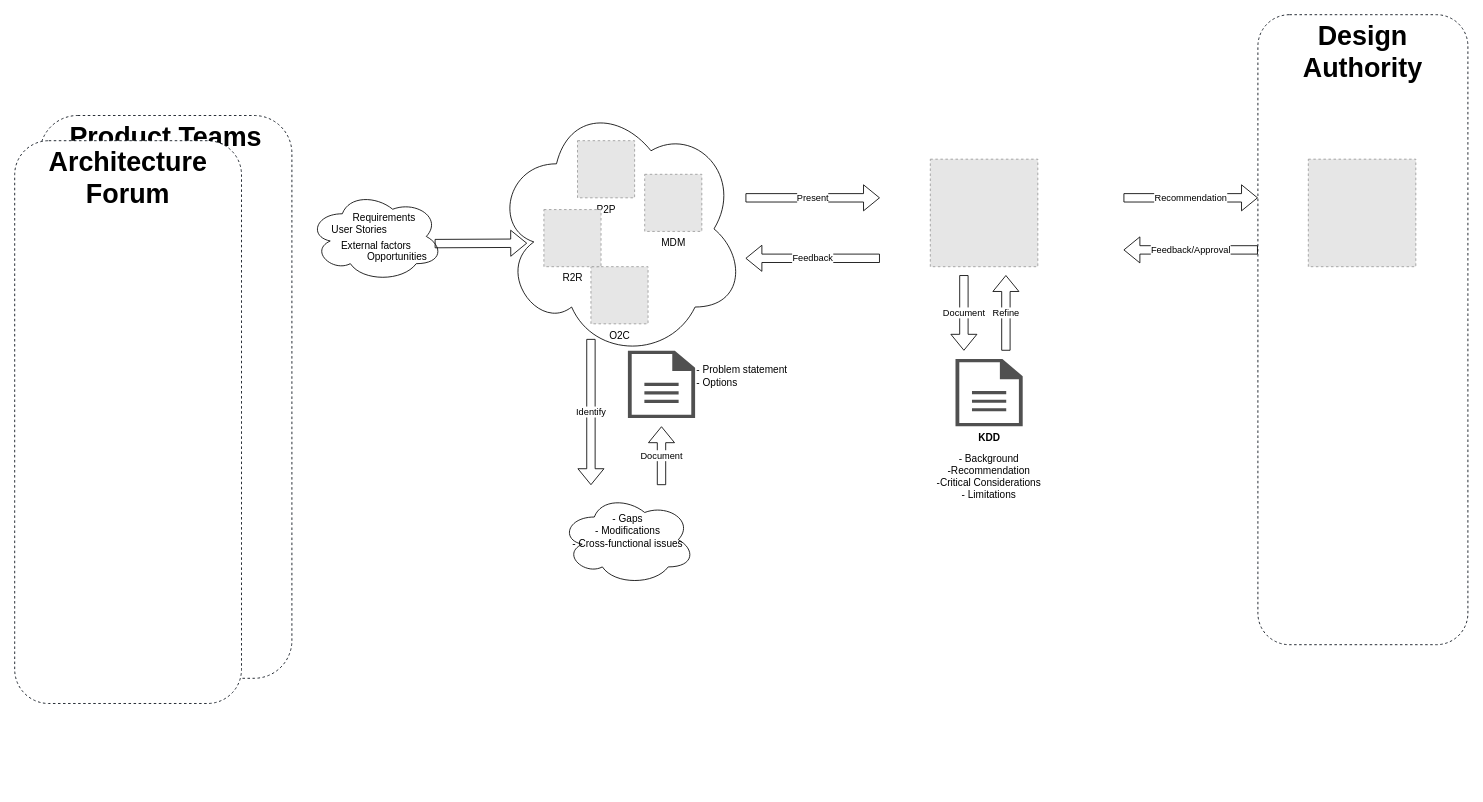
mrf742002/Diagrams keeps this draw.io diagram as page "Page-1" (1 of 2) of Architecture Governance.drawio. Above is the earlier version. Source tidied: cells renumbered, new cells numbered last; positions are measured from the earlier drawing's top-left corner, leaving out a move shared by most shapes. Both pictures are drawn from the tidied source at 84%, with x=0, y=0 at pixel (14, 14). Pictures stored in the file or linked from it are replaced by grey dashed boxes.
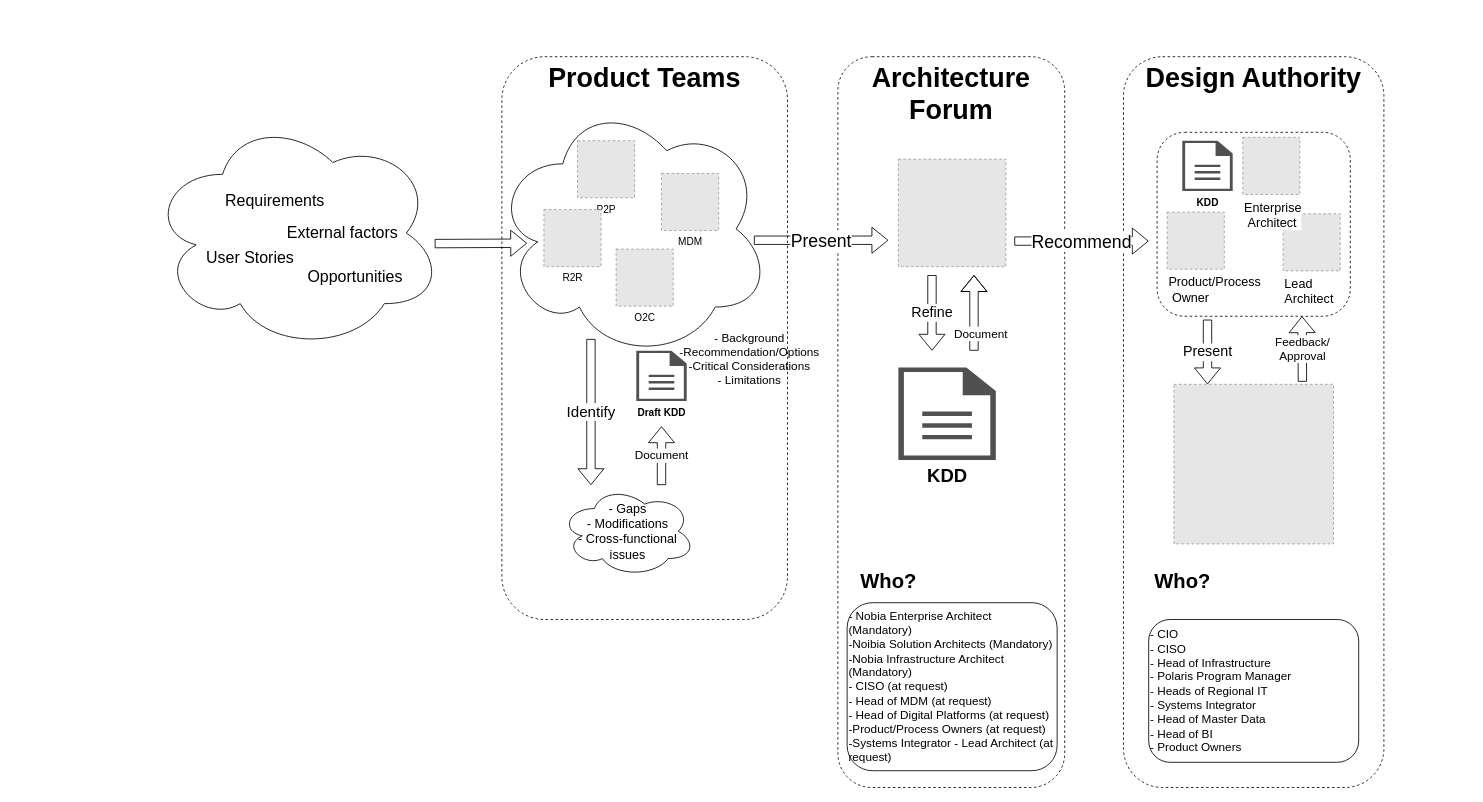
Above is the later version.

What changed in the source:
```diff
@@
+    <mxCell id="5" value="&lt;b&gt;Design Authority&lt;br&gt;&lt;/b&gt;" style="rounded=1;whiteSpace=wrap;html=1;verticalAlign=top;strokeWidth=1;strokeColor=#020912;dashed=1;fontSize=32;" parent="1" vertex="1">
+      <mxGeometry x="1320" y="50" width="310" height="870" as="geometry" />
+    </mxCell>
+    <mxCell id="32" value="&lt;b&gt;&lt;br&gt;&lt;/b&gt;" style="rounded=1;whiteSpace=wrap;html=1;verticalAlign=top;strokeWidth=1;strokeColor=#020912;dashed=1;fontSize=32;" parent="1" vertex="1">
+      <mxGeometry x="1360" y="140" width="230" height="219" as="geometry" />
+    </mxCell>
     <mxCell id="2" value="&lt;b&gt;Product Teams&lt;/b&gt;" style="rounded=1;whiteSpace=wrap;html=1;verticalAlign=top;strokeWidth=1;strokeColor=#020912;dashed=1;fontSize=32;" parent="1" vertex="1">
-      <mxGeometry x="30" y="120" width="300" height="670" as="geometry" />
+      <mxGeometry x="580" y="50" width="340" height="670" as="geometry" />
     </mxCell>
     <mxCell id="3" style="ellipse;shape=cloud;whiteSpace=wrap;html=1;" parent="1" vertex="1">
-      <mxGeometry x="650" y="571" width="160" height="108" as="geometry" />
+      <mxGeometry x="650" y="561" width="160" height="108" as="geometry" />
     </mxCell>
     <mxCell id="4" style="ellipse;shape=cloud;whiteSpace=wrap;html=1;" parent="1" vertex="1">
-      <mxGeometry x="350" y="210" width="160" height="108" as="geometry" />
+      <mxGeometry x="160" y="120" width="350" height="280" as="geometry" />
     </mxCell>
-    <mxCell id="5" value="&lt;b&gt;Design Authority&lt;br&gt;&lt;/b&gt;" style="rounded=1;whiteSpace=wrap;html=1;verticalAlign=top;strokeWidth=1;strokeColor=#020912;dashed=1;fontSize=32;" parent="1" vertex="1">
-      <mxGeometry x="1480" width="250" height="750" as="geometry" />
-    </mxCell>
     <mxCell id="6" value="&lt;b&gt;Architecture&lt;br&gt;Forum&lt;br&gt;&lt;/b&gt;" style="rounded=1;whiteSpace=wrap;html=1;verticalAlign=top;strokeWidth=1;strokeColor=#020912;dashed=1;fontSize=32;" parent="1" vertex="1">
-      <mxGeometry y="150" width="270" height="670" as="geometry" />
+      <mxGeometry x="980" y="50" width="270" height="870" as="geometry" />
     </mxCell>
     <mxCell id="7" style="ellipse;shape=cloud;whiteSpace=wrap;html=1;" parent="1" vertex="1">
-      <mxGeometry x="570" y="100" width="300" height="310" as="geometry" />
+      <mxGeometry x="570" y="100" width="330" height="310" as="geometry" />
     </mxCell>
@@
     <mxCell id="9" value="MDM" style="fillColor=#E6E6E6;strokeColor=#999999;dashed=1;html=1;verticalAlign=top;verticalLabelPosition=bottom;labelBackgroundColor=#ffffff;" parent="1" vertex="1">
-      <mxGeometry x="750" y="190" width="68" height="68" as="geometry" />
+      <mxGeometry x="770" y="189" width="68" height="68" as="geometry" />
     </mxCell>
     <mxCell id="10" value="O2C" style="fillColor=#E6E6E6;strokeColor=#999999;dashed=1;html=1;verticalAlign=top;verticalLabelPosition=bottom;labelBackgroundColor=#ffffff;" parent="1" vertex="1">
-      <mxGeometry x="686" y="300" width="68" height="68" as="geometry" />
+      <mxGeometry x="716" y="279" width="68" height="68" as="geometry" />
     </mxCell>
     <mxCell id="11" style="fillColor=#E6E6E6;strokeColor=#999999;dashed=1;html=1;verticalAlign=top;verticalLabelPosition=bottom;labelBackgroundColor=#ffffff;" parent="1" vertex="1">
-      <mxGeometry x="1090" y="172" width="128" height="128" as="geometry" />
+      <mxGeometry x="1052" y="172" width="128" height="128" as="geometry" />
     </mxCell>
-    <mxCell id="12" value="Present" style="shape=flexArrow;endArrow=classic;html=1;" parent="1" edge="1">
+    <mxCell id="12" value="Present" style="shape=flexArrow;endArrow=classic;html=1;fontSize=21;" parent="1" edge="1">
       <mxGeometry relative="1" as="geometry">
-        <mxPoint x="870" y="218" as="sourcePoint" />
-        <mxPoint x="1030" y="218" as="targetPoint" />
+        <mxPoint x="880" y="268.5" as="sourcePoint" />
+        <mxPoint x="1040" y="268.5" as="targetPoint" />
       </mxGeometry>
     </mxCell>
-    <mxCell id="13" value="Feedback" style="shape=flexArrow;endArrow=classic;html=1;" parent="1" edge="1">
-      <mxGeometry relative="1" as="geometry">
-        <mxPoint x="1030" y="290" as="sourcePoint" />
-        <mxPoint x="870" y="290" as="targetPoint" />
-      </mxGeometry>
-    </mxCell>
     <mxCell id="14" style="fillColor=#E6E6E6;strokeColor=#999999;dashed=1;html=1;verticalAlign=top;verticalLabelPosition=bottom;labelBackgroundColor=#ffffff;" parent="1" vertex="1">
-      <mxGeometry x="1540" y="172" width="128" height="128" as="geometry" />
+      <mxGeometry x="1380" y="440" width="190" height="190" as="geometry" />
     </mxCell>
-    <mxCell id="15" value="Recommendation" style="shape=flexArrow;endArrow=classic;html=1;" parent="1" edge="1">
+    <mxCell id="15" value="Recommend" style="shape=flexArrow;endArrow=classic;html=1;fontSize=21;" parent="1" edge="1">
       <mxGeometry relative="1" as="geometry">
-        <mxPoint x="1320" y="218" as="sourcePoint" />
-        <mxPoint x="1480" y="218" as="targetPoint" />
+        <mxPoint x="1190" y="269.5" as="sourcePoint" />
+        <mxPoint x="1350" y="269.5" as="targetPoint" />
       </mxGeometry>
     </mxCell>
@@
-    <mxCell id="17" value="Feedback/Approval" style="shape=flexArrow;endArrow=classic;html=1;" parent="1" edge="1">
-      <mxGeometry relative="1" as="geometry">
-        <mxPoint x="1480" y="280" as="sourcePoint" />
-        <mxPoint x="1320" y="280" as="targetPoint" />
-      </mxGeometry>
-    </mxCell>
-    <mxCell id="18" value="- Gaps&lt;br&gt;- Modifications&lt;br&gt;- Cross-functional issues" style="text;html=1;strokeColor=none;fillColor=none;align=center;verticalAlign=middle;whiteSpace=wrap;rounded=0;" parent="1" vertex="1">
+    <mxCell id="18" value="- Gaps&lt;br style=&quot;font-size: 15px;&quot;&gt;- Modifications&lt;br style=&quot;font-size: 15px;&quot;&gt;- Cross-functional issues&lt;br style=&quot;font-size: 15px;&quot;&gt;" style="text;html=1;strokeColor=none;fillColor=none;align=center;verticalAlign=middle;whiteSpace=wrap;rounded=0;fontSize=15;" parent="1" vertex="1">
       <mxGeometry x="660" y="605" width="140" height="20" as="geometry" />
     </mxCell>
@@
-    <mxCell id="20" value="Requirements" style="text;html=1;strokeColor=none;fillColor=none;align=center;verticalAlign=middle;whiteSpace=wrap;rounded=0;" parent="1" vertex="1">
-      <mxGeometry x="420" y="232" width="40" height="20" as="geometry" />
+    <mxCell id="20" value="Requirements" style="text;html=1;strokeColor=none;fillColor=none;align=center;verticalAlign=middle;whiteSpace=wrap;rounded=0;fontSize=19;" parent="1" vertex="1">
+      <mxGeometry x="290" y="212" width="40" height="20" as="geometry" />
     </mxCell>
-    <mxCell id="21" value="Opportunities" style="text;html=1;align=center;verticalAlign=middle;" parent="1" vertex="1">
-      <mxGeometry x="410" y="278" width="90" height="20" as="geometry" />
+    <mxCell id="21" value="Opportunities" style="text;html=1;align=center;verticalAlign=middle;fontSize=19;" parent="1" vertex="1">
+      <mxGeometry x="340" y="298" width="130" height="30" as="geometry" />
     </mxCell>
-    <mxCell id="22" value="User Stories" style="text;html=1;align=center;verticalAlign=middle;" parent="1" vertex="1">
-      <mxGeometry x="370" y="246" width="80" height="20" as="geometry" />
+    <mxCell id="22" value="User Stories" style="text;html=1;align=center;verticalAlign=middle;fontSize=19;" parent="1" vertex="1">
+      <mxGeometry x="220" y="275" width="120" height="30" as="geometry" />
     </mxCell>
-    <mxCell id="23" value="External factors" style="text;html=1;align=center;verticalAlign=middle;" parent="1" vertex="1">
-      <mxGeometry x="380" y="266" width="100" height="20" as="geometry" />
+    <mxCell id="23" value="External factors" style="text;html=1;align=center;verticalAlign=middle;fontSize=19;" parent="1" vertex="1">
+      <mxGeometry x="315" y="245" width="150" height="30" as="geometry" />
     </mxCell>
-    <mxCell id="24" value="Identify" style="shape=flexArrow;endArrow=classic;html=1;" parent="1" edge="1">
+    <mxCell id="24" value="Identify" style="shape=flexArrow;endArrow=classic;html=1;fontSize=18;" parent="1" edge="1">
       <mxGeometry relative="1" as="geometry">
         <mxPoint x="686" y="386" as="sourcePoint" />
         <mxPoint x="686" y="560" as="targetPoint" />
       </mxGeometry>
     </mxCell>
-    <mxCell id="25" value="Document" style="shape=flexArrow;endArrow=classic;html=1;" parent="1" edge="1">
+    <mxCell id="25" value="Document" style="shape=flexArrow;endArrow=classic;html=1;fontSize=14;" parent="1" edge="1">
       <mxGeometry relative="1" as="geometry">
         <mxPoint x="770" y="560" as="sourcePoint" />
         <mxPoint x="770" y="490" as="targetPoint" />
       </mxGeometry>
     </mxCell>
-    <mxCell id="26" style="shadow=0;dashed=0;html=1;strokeColor=none;fillColor=#505050;labelPosition=center;verticalLabelPosition=bottom;verticalAlign=top;align=center;shape=mxgraph.office.concepts.document;" parent="1" vertex="1">
-      <mxGeometry x="730" y="400" width="80" height="80" as="geometry" />
-    </mxCell>
-    <mxCell id="27" value="- Problem statement&lt;br&gt;- Options" style="text;html=1;strokeColor=none;fillColor=none;align=left;verticalAlign=middle;whiteSpace=wrap;rounded=0;" parent="1" vertex="1">
-      <mxGeometry x="810" y="420" width="140" height="20" as="geometry" />
-    </mxCell>
-    <mxCell id="28" value="&lt;b&gt;KDD&lt;/b&gt;" style="shadow=0;dashed=0;html=1;strokeColor=none;fillColor=#505050;labelPosition=center;verticalLabelPosition=bottom;verticalAlign=top;align=center;shape=mxgraph.office.concepts.document;" parent="1" vertex="1">
-      <mxGeometry x="1120" y="410" width="80" height="80" as="geometry" />
+    <mxCell id="28" value="&lt;b&gt;Draft KDD&lt;/b&gt;" style="shadow=0;dashed=0;html=1;strokeColor=none;fillColor=#505050;labelPosition=center;verticalLabelPosition=bottom;verticalAlign=top;align=center;shape=mxgraph.office.concepts.document;" parent="1" vertex="1">
+      <mxGeometry x="740" y="400" width="60" height="60" as="geometry" />
     </mxCell>
-    <mxCell id="29" value="Document" style="shape=flexArrow;endArrow=classic;html=1;" parent="1" edge="1">
+    <mxCell id="29" value="Refine" style="shape=flexArrow;endArrow=classic;html=1;fontSize=17;" parent="1" edge="1">
       <mxGeometry relative="1" as="geometry">
-        <mxPoint x="1130" y="310" as="sourcePoint" />
-        <mxPoint x="1130" y="400" as="targetPoint" />
+        <mxPoint x="1092" y="310" as="sourcePoint" />
+        <mxPoint x="1092" y="400" as="targetPoint" />
       </mxGeometry>
     </mxCell>
-    <mxCell id="30" value="- Background&lt;br&gt;-Recommendation&lt;br&gt;-Critical Considerations&lt;br&gt;- Limitations" style="text;html=1;strokeColor=none;fillColor=none;align=center;verticalAlign=middle;whiteSpace=wrap;rounded=0;" parent="1" vertex="1">
-      <mxGeometry x="1070" y="540" width="180" height="20" as="geometry" />
-    </mxCell>
-    <mxCell id="31" value="Refine" style="shape=flexArrow;endArrow=classic;html=1;" parent="1" edge="1">
-      <mxGeometry relative="1" as="geometry">
-        <mxPoint x="1180" y="400" as="sourcePoint" />
-        <mxPoint x="1180" y="310" as="targetPoint" />
+    <mxCell id="31" value="Document" style="shape=flexArrow;endArrow=classic;html=1;fontSize=14;" parent="1" edge="1">
+      <mxGeometry x="-0.33" y="-13" relative="1" as="geometry">
+        <mxPoint x="1142" y="400" as="sourcePoint" />
+        <mxPoint x="1142" y="310" as="targetPoint" />
+        <Array as="points">
+          <mxPoint x="1142" y="370" />
+        </Array>
+        <mxPoint x="-5" y="10" as="offset" />
       </mxGeometry>
     </mxCell>
+    <mxCell id="33" value="- Background&lt;br style=&quot;font-size: 14px;&quot;&gt;-Recommendation/Options&lt;br style=&quot;font-size: 14px;&quot;&gt;-Critical Considerations&lt;br style=&quot;font-size: 14px;&quot;&gt;- Limitations" style="text;html=1;strokeColor=none;fillColor=none;align=center;verticalAlign=middle;whiteSpace=wrap;rounded=0;fontSize=14;" parent="1" vertex="1">
+      <mxGeometry x="780" y="400" width="190" height="20" as="geometry" />
+    </mxCell>
+    <mxCell id="34" value="&lt;b style=&quot;font-size: 22px;&quot;&gt;KDD&lt;/b&gt;" style="shadow=0;dashed=0;html=1;strokeColor=none;fillColor=#505050;labelPosition=center;verticalLabelPosition=bottom;verticalAlign=top;align=center;shape=mxgraph.office.concepts.document;fontSize=22;" parent="1" vertex="1">
+      <mxGeometry x="1052" y="420" width="116" height="110" as="geometry" />
+    </mxCell>
+    <mxCell id="35" value="Product/Process&lt;br style=&quot;font-size: 15px;&quot;&gt;&amp;nbsp;Owner" style="fillColor=#E6E6E6;strokeColor=#999999;dashed=1;html=1;verticalAlign=top;verticalLabelPosition=bottom;labelBackgroundColor=#ffffff;align=left;fontSize=15;" parent="1" vertex="1">
+      <mxGeometry x="1372" y="235" width="68" height="68" as="geometry" />
+    </mxCell>
+    <mxCell id="36" value="Lead&lt;br style=&quot;font-size: 15px;&quot;&gt;Architect" style="fillColor=#E6E6E6;strokeColor=#999999;dashed=1;html=1;verticalAlign=top;verticalLabelPosition=bottom;labelBackgroundColor=#ffffff;align=left;fontSize=15;" parent="1" vertex="1">
+      <mxGeometry x="1510" y="237" width="68" height="68" as="geometry" />
+    </mxCell>
+    <mxCell id="37" value="&lt;b&gt;KDD&lt;/b&gt;" style="shadow=0;dashed=0;html=1;strokeColor=none;fillColor=#505050;labelPosition=center;verticalLabelPosition=bottom;verticalAlign=top;align=center;shape=mxgraph.office.concepts.document;" parent="1" vertex="1">
+      <mxGeometry x="1390" y="150" width="60" height="60" as="geometry" />
+    </mxCell>
+    <mxCell id="38" value="Present" style="shape=flexArrow;endArrow=classic;html=1;fontSize=17;" parent="1" edge="1">
+      <mxGeometry relative="1" as="geometry">
+        <mxPoint x="1420" y="363" as="sourcePoint" />
+        <mxPoint x="1420" y="440" as="targetPoint" />
+      </mxGeometry>
+    </mxCell>
+    <mxCell id="39" value="Feedback/&lt;br&gt;Approval" style="shape=flexArrow;endArrow=classic;html=1;entryX=0.75;entryY=1;entryDx=0;entryDy=0;fontSize=14;" parent="1" edge="1" target="32">
+      <mxGeometry relative="1" as="geometry">
+        <mxPoint x="1533" y="437" as="sourcePoint" />
+      </mxGeometry>
+    </mxCell>
+    <mxCell id="40" value="Enterprise&lt;br&gt;&amp;nbsp;Architect" style="fillColor=#E6E6E6;strokeColor=#999999;dashed=1;html=1;verticalAlign=top;verticalLabelPosition=bottom;labelBackgroundColor=#ffffff;align=left;fontSize=15;" parent="1" vertex="1">
+      <mxGeometry x="1462" y="146" width="68" height="68" as="geometry" />
+    </mxCell>
+    <mxCell id="41" value="- Nobia Enterprise Architect (Mandatory)&lt;br&gt;-Noibia Solution Architects (Mandatory)&lt;br&gt;-Nobia Infrastructure Architect (Mandatory)&lt;br&gt;- CISO (at request)&lt;br&gt;- Head of MDM (at request)&lt;br&gt;- Head of Digital Platforms (at request)&lt;br&gt;-Product/Process Owners (at request)&lt;br&gt;-Systems Integrator - Lead Architect (at request)" style="rounded=1;whiteSpace=wrap;html=1;fontSize=14;align=left;" parent="1" vertex="1">
+      <mxGeometry x="991" y="700" width="250" height="200" as="geometry" />
+    </mxCell>
+    <mxCell id="42" value="Who?" style="text;html=1;align=center;verticalAlign=middle;fontSize=24;fontStyle=1;" parent="1" vertex="1">
+      <mxGeometry x="1000" y="660" width="80" height="30" as="geometry" />
+    </mxCell>
+    <mxCell id="43" value="- CIO&lt;br&gt;- CISO&amp;nbsp;&lt;br&gt;- Head of Infrastructure&lt;br&gt;- Polaris Program Manager&lt;br&gt;- Heads of Regional IT&lt;br&gt;- Systems Integrator&lt;br&gt;- Head of Master Data&lt;br&gt;- Head of BI&lt;br&gt;- Product Owners" style="rounded=1;whiteSpace=wrap;html=1;fontSize=14;align=left;" parent="1" vertex="1">
+      <mxGeometry x="1350" y="720" width="250" height="170" as="geometry" />
+    </mxCell>
+    <mxCell id="44" value="Who?" style="text;html=1;align=center;verticalAlign=middle;fontSize=24;fontStyle=1;" parent="1" vertex="1">
+      <mxGeometry x="1350" y="660" width="80" height="30" as="geometry" />
+    </mxCell>
```
